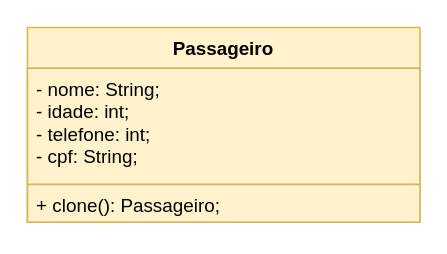
KAUAN-LOCHE/TrabalhoPOOII keeps this draw.io diagram as UMLs/Passageiro.drawio. Above is the earlier version. Source tidied: cells renumbered, new cells numbered last; positions are measured from the earlier drawing's top-left corner, leaving out a move shared by most shapes. Both pictures are drawn from the tidied source at 157%, with x=0, y=0 at pixel (27, 27).
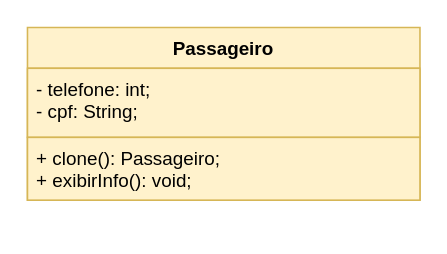
The same diagram, later.

Change to the diagram source:
```diff
@@
 <mxGraphModel>
   <root>
     <mxCell id="0" />
     <mxCell id="1" parent="0" />
     <mxCell id="2" value="Passageiro" style="swimlane;fontStyle=1;align=center;verticalAlign=top;horizontal=1;startSize=26;whiteSpace=wrap;html=1;fillColor=#fff2cc;strokeColor=#d6b656;" parent="1" vertex="1">
-      <mxGeometry width="250" height="124" as="geometry" />
+      <mxGeometry width="250" height="110" as="geometry" />
     </mxCell>
-    <mxCell id="3" value="- nome: String;&lt;div&gt;- idade: int;&lt;/div&gt;&lt;div&gt;- telefone: int;&lt;br&gt;&lt;div&gt;- cpf: String;&lt;/div&gt;&lt;/div&gt;" style="text;strokeColor=#d6b656;fillColor=#fff2cc;align=left;verticalAlign=top;spacingLeft=4;spacingRight=4;overflow=hidden;whiteSpace=wrap;html=1;" parent="2" vertex="1">
-      <mxGeometry y="26" width="250" height="74" as="geometry" />
+    <mxCell id="3" value="&lt;span style=&quot;background-color: initial;&quot;&gt;- telefone: int;&lt;/span&gt;&lt;div&gt;&lt;div&gt;- cpf: String;&lt;/div&gt;&lt;/div&gt;" style="text;strokeColor=#d6b656;fillColor=#fff2cc;align=left;verticalAlign=top;spacingLeft=4;spacingRight=4;overflow=hidden;whiteSpace=wrap;html=1;" parent="2" vertex="1">
+      <mxGeometry y="26" width="250" height="44" as="geometry" />
     </mxCell>
-    <mxCell id="4" value="+ clone(): Passageiro;" style="text;strokeColor=#d6b656;fillColor=#fff2cc;align=left;verticalAlign=top;spacingLeft=4;spacingRight=4;overflow=hidden;whiteSpace=wrap;html=1;" parent="2" vertex="1">
-      <mxGeometry y="100" width="250" height="24" as="geometry" />
+    <mxCell id="4" value="+ clone(): Passageiro;&lt;div&gt;+ exibirInfo(): void;&lt;/div&gt;" style="text;strokeColor=#d6b656;fillColor=#fff2cc;align=left;verticalAlign=top;spacingLeft=4;spacingRight=4;overflow=hidden;whiteSpace=wrap;html=1;" parent="2" vertex="1">
+      <mxGeometry y="70" width="250" height="40" as="geometry" />
     </mxCell>
   </root>
 </mxGraphModel>
```
